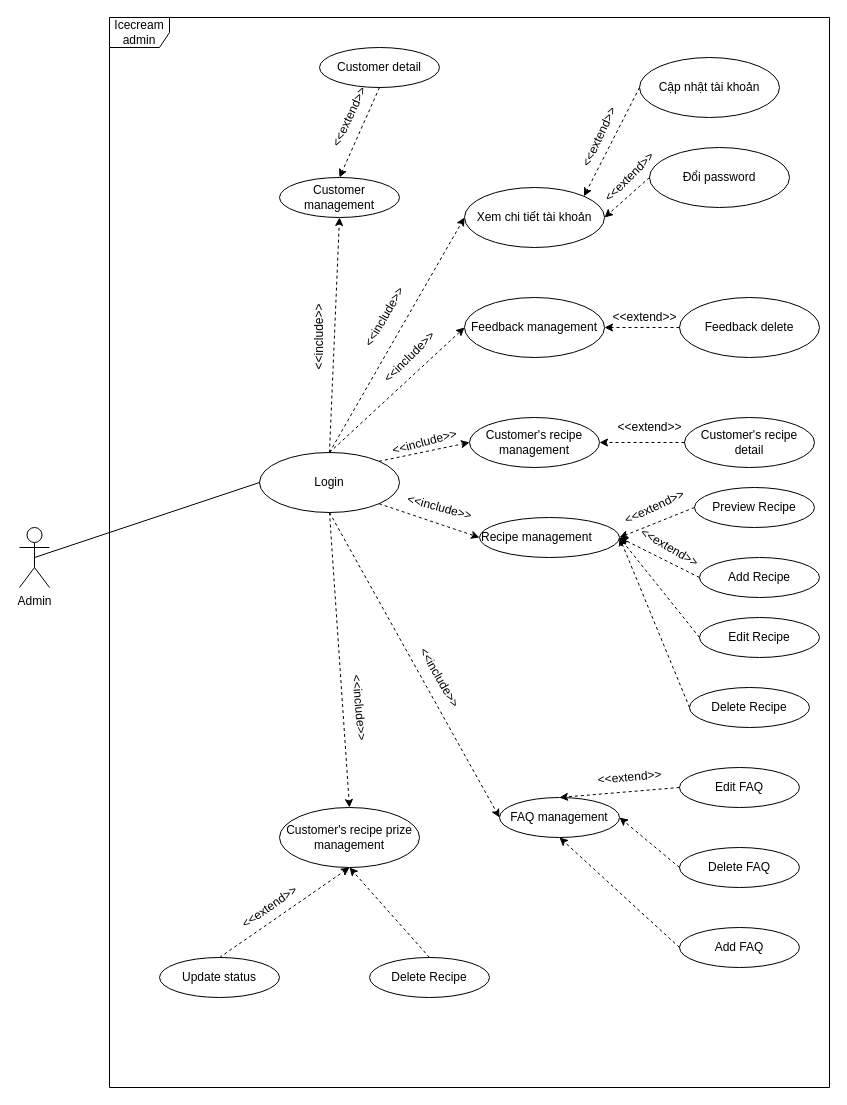
Before: page "Ice cream use case for admin" (2 of 8) of wiki/drawing/drawing.drawio in sandangt/icecream, a draw.io diagram. Source tidied: cells renumbered, new cells numbered last; positions are measured from the earlier drawing's top-left corner, leaving out a move shared by most shapes. Both pictures are drawn from the tidied source at 100%, with x=0, y=0 at pixel (19, 17).
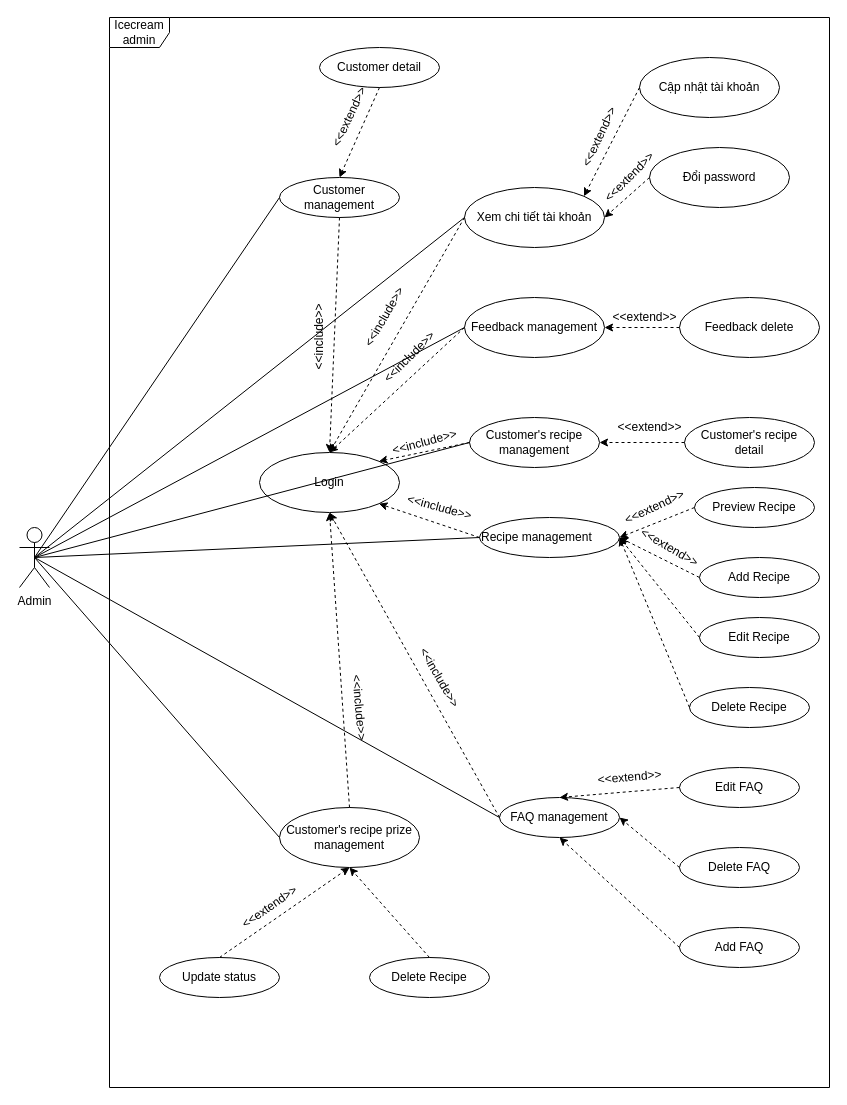
After the change.

Unchanged cells that the change refers to:
```xml
<mxCell id="2" value="Admin" style="shape=umlActor;verticalLabelPosition=bottom;verticalAlign=top;html=1;" parent="1" vertex="1">
  <mxGeometry y="510" width="30" height="60" as="geometry" />
</mxCell>
<mxCell id="5" value="Customer management" style="ellipse;whiteSpace=wrap;html=1;" parent="1" vertex="1">
  <mxGeometry x="260" y="160" width="120" height="40" as="geometry" />
</mxCell>
<mxCell id="6" value="Feedback management" style="ellipse;whiteSpace=wrap;html=1;" parent="1" vertex="1">
  <mxGeometry x="445" y="280" width="140" height="60" as="geometry" />
</mxCell>
<mxCell id="8" value="Login" style="ellipse;whiteSpace=wrap;html=1;" parent="1" vertex="1">
  <mxGeometry x="240" y="435" width="140" height="60" as="geometry" />
</mxCell>
<mxCell id="9" value="Xem chi tiết tài khoản" style="ellipse;whiteSpace=wrap;html=1;" parent="1" vertex="1">
  <mxGeometry x="445" y="170" width="140" height="60" as="geometry" />
</mxCell>
<mxCell id="17" value="Customer's recipe management" style="ellipse;whiteSpace=wrap;html=1;" parent="1" vertex="1">
  <mxGeometry x="450" y="400" width="130" height="50" as="geometry" />
</mxCell>
<mxCell id="18" value="&lt;div align=&quot;left&quot;&gt;Recipe management&lt;/div&gt;" style="ellipse;whiteSpace=wrap;html=1;align=left;" parent="1" vertex="1">
  <mxGeometry x="460" y="500" width="140" height="40" as="geometry" />
</mxCell>
<mxCell id="23" value="FAQ management" style="ellipse;whiteSpace=wrap;html=1;" parent="1" vertex="1">
  <mxGeometry x="480" y="780" width="120" height="40" as="geometry" />
</mxCell>
<mxCell id="27" value="Customer's recipe prize management" style="ellipse;whiteSpace=wrap;html=1;" parent="1" vertex="1">
  <mxGeometry x="260" y="790" width="140" height="60" as="geometry" />
</mxCell>
```

Diff of the diagram source:
```diff
@@
-    <mxCell id="14" style="endArrow=none;html=1;exitX=0.5;exitY=0.5;exitDx=0;exitDy=0;exitPerimeter=0;entryX=0;entryY=0.5;entryDx=0;entryDy=0;" parent="1" edge="1" source="2" target="8">
+    <mxCell id="14" style="endArrow=none;html=1;exitX=0.5;exitY=0.5;exitDx=0;exitDy=0;exitPerimeter=0;entryX=0;entryY=0.5;entryDx=0;entryDy=0;" parent="1" edge="1" source="2" target="5">
       <mxGeometry relative="1" as="geometry" />
     </mxCell>
-    <mxCell id="15" style="endArrow=classic;html=1;exitX=0.5;exitY=0;exitDx=0;exitDy=0;entryX=0;entryY=0.5;entryDx=0;entryDy=0;dashed=1;" parent="1" edge="1" source="8" target="9">
+    <mxCell id="15" style="endArrow=classic;html=1;exitX=0;exitY=0.5;exitDx=0;exitDy=0;entryX=0.5;entryY=0;entryDx=0;entryDy=0;dashed=1;" parent="1" edge="1" source="9" target="8">
       <mxGeometry relative="1" as="geometry" />
     </mxCell>
@@
-    <mxCell id="39" style="endArrow=classic;html=1;exitX=0.5;exitY=0;exitDx=0;exitDy=0;entryX=0;entryY=0.5;entryDx=0;entryDy=0;dashed=1;" parent="1" edge="1" target="6">
+    <mxCell id="39" style="endArrow=classic;html=1;exitX=0;exitY=0.5;exitDx=0;exitDy=0;entryX=0;entryY=0.5;entryDx=0;entryDy=0;dashed=1;" parent="1" edge="1" source="6">
       <mxGeometry relative="1" as="geometry">
-        <mxPoint x="310" y="435" as="sourcePoint" />
+        <mxPoint x="310" y="435" as="targetPoint" />
       </mxGeometry>
     </mxCell>
-    <mxCell id="40" style="endArrow=classic;html=1;exitX=1;exitY=0;exitDx=0;exitDy=0;entryX=0;entryY=0.5;entryDx=0;entryDy=0;dashed=1;" parent="1" edge="1" source="8" target="17">
+    <mxCell id="40" style="endArrow=classic;html=1;exitX=0;exitY=0.5;exitDx=0;exitDy=0;entryX=1;entryY=0;entryDx=0;entryDy=0;dashed=1;" parent="1" edge="1" source="17" target="8">
       <mxGeometry relative="1" as="geometry" />
     </mxCell>
-    <mxCell id="41" style="endArrow=classic;html=1;entryX=0;entryY=0.5;entryDx=0;entryDy=0;exitX=1;exitY=1;exitDx=0;exitDy=0;dashed=1;" parent="1" edge="1" source="8" target="18">
+    <mxCell id="41" style="endArrow=classic;html=1;entryX=1;entryY=1;entryDx=0;entryDy=0;exitX=0;exitY=0.5;exitDx=0;exitDy=0;dashed=1;" parent="1" edge="1" source="18" target="8">
       <mxGeometry relative="1" as="geometry" />
     </mxCell>
-    <mxCell id="42" style="endArrow=classic;html=1;exitX=0.5;exitY=1;exitDx=0;exitDy=0;entryX=0;entryY=0.5;entryDx=0;entryDy=0;dashed=1;" parent="1" edge="1" source="8" target="23">
+    <mxCell id="42" style="endArrow=classic;html=1;exitX=0;exitY=0.5;exitDx=0;exitDy=0;entryX=0.5;entryY=1;entryDx=0;entryDy=0;dashed=1;" parent="1" edge="1" source="23" target="8">
       <mxGeometry relative="1" as="geometry" />
     </mxCell>
@@
-    <mxCell id="44" style="endArrow=classic;html=1;exitX=0.5;exitY=0;exitDx=0;exitDy=0;entryX=0.5;entryY=1;entryDx=0;entryDy=0;dashed=1;" parent="1" edge="1" target="5">
+    <mxCell id="44" style="endArrow=classic;html=1;exitX=0.5;exitY=1;exitDx=0;exitDy=0;entryX=0.5;entryY=1;entryDx=0;entryDy=0;dashed=1;" parent="1" edge="1" source="5">
       <mxGeometry relative="1" as="geometry">
-        <mxPoint x="310" y="435" as="sourcePoint" />
+        <mxPoint x="310" y="435" as="targetPoint" />
       </mxGeometry>
     </mxCell>
@@
-    <mxCell id="61" style="endArrow=classic;html=1;exitX=0.5;exitY=1;exitDx=0;exitDy=0;entryX=0.5;entryY=0;entryDx=0;entryDy=0;dashed=1;" parent="1" edge="1" target="27">
+    <mxCell id="61" style="endArrow=classic;html=1;exitX=0.5;exitY=0;exitDx=0;exitDy=0;entryX=0.5;entryY=0;entryDx=0;entryDy=0;dashed=1;" parent="1" edge="1" source="27">
       <mxGeometry relative="1" as="geometry">
-        <mxPoint x="310" y="495" as="sourcePoint" />
+        <mxPoint x="310" y="495" as="targetPoint" />
       </mxGeometry>
     </mxCell>
@@
+    <mxCell id="64" style="endArrow=none;html=1;exitX=0.5;exitY=0.5;exitDx=0;exitDy=0;exitPerimeter=0;entryX=0;entryY=0.5;entryDx=0;entryDy=0;" parent="1" edge="1" source="2" target="9">
+      <mxGeometry relative="1" as="geometry" />
+    </mxCell>
+    <mxCell id="65" style="endArrow=none;html=1;exitX=0.5;exitY=0.5;exitDx=0;exitDy=0;exitPerimeter=0;entryX=0;entryY=0.5;entryDx=0;entryDy=0;" parent="1" edge="1" source="2" target="6">
+      <mxGeometry relative="1" as="geometry" />
+    </mxCell>
+    <mxCell id="66" style="endArrow=none;html=1;exitX=0.5;exitY=0.5;exitDx=0;exitDy=0;exitPerimeter=0;entryX=0;entryY=0.5;entryDx=0;entryDy=0;" parent="1" edge="1" source="2" target="27">
+      <mxGeometry relative="1" as="geometry" />
+    </mxCell>
+    <mxCell id="67" style="endArrow=none;html=1;exitX=0.5;exitY=0.5;exitDx=0;exitDy=0;exitPerimeter=0;entryX=0;entryY=0.5;entryDx=0;entryDy=0;" parent="1" edge="1" source="2" target="17">
+      <mxGeometry relative="1" as="geometry" />
+    </mxCell>
+    <mxCell id="68" style="endArrow=none;html=1;exitX=0.5;exitY=0.5;exitDx=0;exitDy=0;exitPerimeter=0;entryX=0;entryY=0.5;entryDx=0;entryDy=0;" parent="1" edge="1" source="2" target="18">
+      <mxGeometry relative="1" as="geometry" />
+    </mxCell>
+    <mxCell id="69" style="endArrow=none;html=1;exitX=0.5;exitY=0.5;exitDx=0;exitDy=0;exitPerimeter=0;entryX=0;entryY=0.5;entryDx=0;entryDy=0;" parent="1" edge="1" source="2" target="23">
+      <mxGeometry relative="1" as="geometry" />
+    </mxCell>
```
